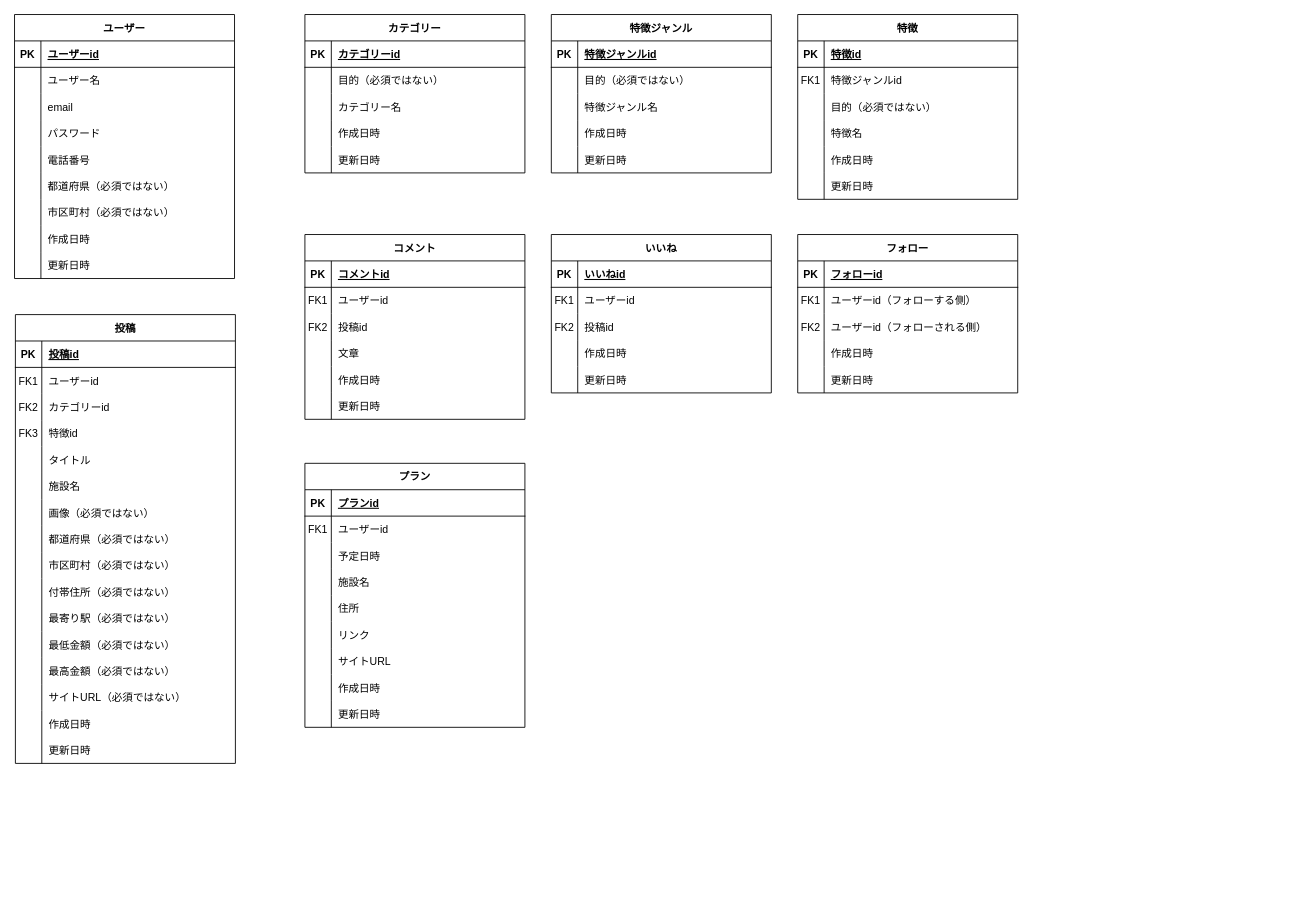
This is er_figure.drawio from JunkiYuasa/trip_planning, a draw.io file, before an edit. Source tidied: cells renumbered, new cells numbered last; positions are measured from the earlier drawing's top-left corner, leaving out a move shared by most shapes. Both pictures are drawn from the tidied source at 88%, with x=0, y=0 at pixel (14, 14).
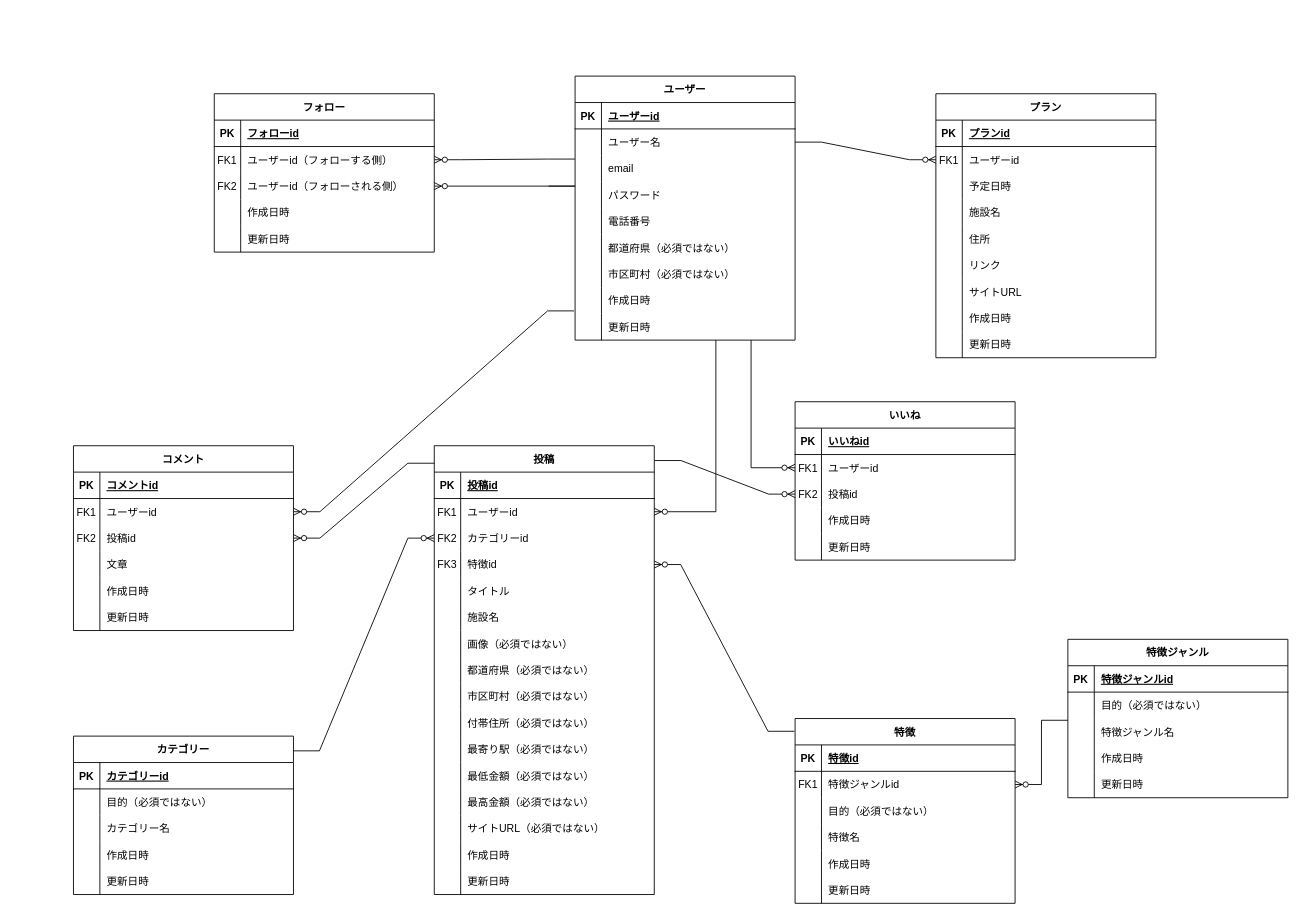
The same diagram, later.

Commit message:
er_figure.drawio を更新します

Unchanged cells that the change refers to:
```xml
<mxCell id="6" style="shape=partialRectangle;fillColor=none;points=[[0,0.5],[1,0.5]];portConstraint=eastwest;top=0;left=0;right=0;bottom=0;" parent="2" vertex="1">
  <mxGeometry y="60" width="250" height="30" as="geometry" />
</mxCell>
<mxCell id="9" style="shape=partialRectangle;fillColor=none;points=[[0,0.5],[1,0.5]];portConstraint=eastwest;top=0;left=0;right=0;bottom=0;" parent="2" vertex="1">
  <mxGeometry y="90" width="250" height="30" as="geometry" />
</mxCell>
<mxCell id="12" style="shape=partialRectangle;fillColor=none;points=[[0,0.5],[1,0.5]];portConstraint=eastwest;top=0;left=0;right=0;bottom=0;" parent="2" vertex="1">
  <mxGeometry y="120" width="250" height="30" as="geometry" />
</mxCell>
<mxCell id="55" style="shape=partialRectangle;fillColor=none;points=[[0,0.5],[1,0.5]];portConstraint=eastwest;top=0;left=0;right=0;bottom=0;" parent="51" vertex="1">
  <mxGeometry y="60" width="250" height="30" as="geometry" />
</mxCell>
<mxCell id="58" style="shape=partialRectangle;fillColor=none;points=[[0,0.5],[1,0.5]];portConstraint=eastwest;top=0;left=0;right=0;bottom=0;" parent="51" vertex="1">
  <mxGeometry y="90" width="250" height="30" as="geometry" />
</mxCell>
<mxCell id="74" style="shape=partialRectangle;fillColor=none;points=[[0,0.5],[1,0.5]];portConstraint=eastwest;top=0;left=0;right=0;bottom=0;" parent="70" vertex="1">
  <mxGeometry y="60" width="250" height="30" as="geometry" />
</mxCell>
<mxCell id="77" style="shape=partialRectangle;fillColor=none;points=[[0,0.5],[1,0.5]];portConstraint=eastwest;top=0;left=0;right=0;bottom=0;" parent="70" vertex="1">
  <mxGeometry y="90" width="250" height="30" as="geometry" />
</mxCell>
<mxCell id="95" style="shape=partialRectangle;fillColor=none;points=[[0,0.5],[1,0.5]];portConstraint=eastwest;top=0;left=0;right=0;bottom=0;" parent="70" vertex="1">
  <mxGeometry y="270" width="250" height="30" as="geometry" />
</mxCell>
<mxCell id="102" style="shape=partialRectangle;fillColor=none;points=[[0,0.5],[1,0.5]];portConstraint=eastwest;top=0;left=0;right=0;bottom=0;" parent="98" vertex="1">
  <mxGeometry y="60" width="250" height="30" as="geometry" />
</mxCell>
<mxCell id="153" style="shape=partialRectangle;fillColor=none;points=[[0,0.5],[1,0.5]];portConstraint=eastwest;top=0;left=0;right=0;bottom=0;" parent="149" vertex="1">
  <mxGeometry y="60" width="250" height="30" as="geometry" />
</mxCell>
<mxCell id="156" style="shape=partialRectangle;fillColor=none;points=[[0,0.5],[1,0.5]];portConstraint=eastwest;top=0;left=0;right=0;bottom=0;" parent="149" vertex="1">
  <mxGeometry y="90" width="250" height="30" as="geometry" />
</mxCell>
<mxCell id="169" style="shape=partialRectangle;fillColor=none;points=[[0,0.5],[1,0.5]];portConstraint=eastwest;top=0;left=0;right=0;bottom=0;" parent="165" vertex="1">
  <mxGeometry y="60" width="250" height="30" as="geometry" />
</mxCell>
<mxCell id="172" style="shape=partialRectangle;fillColor=none;points=[[0,0.5],[1,0.5]];portConstraint=eastwest;top=0;left=0;right=0;bottom=0;" parent="165" vertex="1">
  <mxGeometry y="90" width="250" height="30" as="geometry" />
</mxCell>
<mxCell id="185" style="shape=partialRectangle;fillColor=none;points=[[0,0.5],[1,0.5]];portConstraint=eastwest;top=0;left=0;right=0;bottom=0;" parent="181" vertex="1">
  <mxGeometry y="60" width="250" height="30" as="geometry" />
</mxCell>
```

The edit, as a diff of the source:
```diff
@@
     <mxCell id="2" value="投稿" style="shape=table;startSize=30;childLayout=tableLayout;rowLines=0;fontStyle=1;align=center;" parent="1" vertex="1">
-      <mxGeometry x="1" y="341" width="250" height="510" as="geometry" />
+      <mxGeometry x="477" y="490" width="250" height="510" as="geometry" />
     </mxCell>
@@
-    <mxCell id="51" value="コメント" style="shape=table;startSize=30;childLayout=tableLayout;rowLines=0;fontStyle=1;align=center;" parent="1" vertex="1">
-      <mxGeometry x="330" y="250" width="250" height="210" as="geometry" />
+    <mxCell id="51" value="コメント" style="shape=table;startSize=30;childLayout=tableLayout;rowLines=0;fontStyle=1;align=center;gradientColor=none;swimlaneFillColor=none;perimeterSpacing=0;fillStyle=auto;" parent="1" vertex="1">
+      <mxGeometry x="67" y="490" width="250" height="210" as="geometry" />
     </mxCell>
@@
     <mxCell id="70" value="ユーザー" style="shape=table;startSize=30;childLayout=tableLayout;rowLines=0;fontStyle=1;align=center;" parent="1" vertex="1">
-      <mxGeometry width="250" height="300" as="geometry" />
+      <mxGeometry x="637" y="70" width="250" height="300" as="geometry" />
     </mxCell>
@@
     <mxCell id="98" value="特徴" style="shape=table;startSize=30;childLayout=tableLayout;rowLines=0;fontStyle=1;align=center;" parent="1" vertex="1">
-      <mxGeometry x="890" width="250" height="210" as="geometry" />
+      <mxGeometry x="887" y="800" width="250" height="210" as="geometry" />
     </mxCell>
@@
     <mxCell id="117" value="特徴ジャンル" style="shape=table;startSize=30;childLayout=tableLayout;rowLines=0;fontStyle=1;align=center;" parent="1" vertex="1">
-      <mxGeometry x="610" width="250" height="180" as="geometry" />
+      <mxGeometry x="1197" y="710" width="250" height="180" as="geometry" />
     </mxCell>
@@
     <mxCell id="133" value="カテゴリー" style="shape=table;startSize=30;childLayout=tableLayout;rowLines=0;fontStyle=1;align=center;" parent="1" vertex="1">
-      <mxGeometry x="330" width="250" height="180" as="geometry" />
+      <mxGeometry x="67" y="820" width="250" height="180" as="geometry" />
     </mxCell>
@@
     <mxCell id="149" value="いいね" style="shape=table;startSize=30;childLayout=tableLayout;rowLines=0;fontStyle=1;align=center;" parent="1" vertex="1">
-      <mxGeometry x="610" y="250" width="250" height="180" as="geometry" />
+      <mxGeometry x="887" y="440" width="250" height="180" as="geometry" />
     </mxCell>
@@
     <mxCell id="165" value="フォロー" style="shape=table;startSize=30;childLayout=tableLayout;rowLines=0;fontStyle=1;align=center;" parent="1" vertex="1">
-      <mxGeometry x="890" y="250" width="250" height="180" as="geometry" />
+      <mxGeometry x="227" y="90" width="250" height="180" as="geometry" />
     </mxCell>
@@
     <mxCell id="181" value="プラン" style="shape=table;startSize=30;childLayout=tableLayout;rowLines=0;fontStyle=1;align=center;" parent="1" vertex="1">
-      <mxGeometry x="330" y="510" width="250" height="300" as="geometry" />
+      <mxGeometry x="1047" y="90" width="250" height="300" as="geometry" />
     </mxCell>
@@
+    <mxCell id="209" style="edgeStyle=entityRelationEdgeStyle;fontSize=12;html=1;endArrow=ERzeroToMany;endFill=1;rounded=0;entryX=1;entryY=0.5;entryDx=0;entryDy=0;" parent="1" edge="1" target="172">
+      <mxGeometry relative="1" as="geometry">
+        <mxPoint x="607" y="195" as="sourcePoint" />
+      </mxGeometry>
+    </mxCell>
+    <mxCell id="210" style="edgeStyle=entityRelationEdgeStyle;fontSize=12;html=1;endArrow=ERzeroToMany;endFill=1;rounded=0;entryX=1;entryY=0.5;entryDx=0;entryDy=0;exitX=-0.001;exitY=0.142;exitDx=0;exitDy=0;exitPerimeter=0;" parent="1" edge="1" source="77" target="169">
+      <mxGeometry relative="1" as="geometry" />
+    </mxCell>
+    <mxCell id="211" style="edgeStyle=entityRelationEdgeStyle;fontSize=12;html=1;endArrow=ERzeroToMany;endFill=1;rounded=0;entryX=1;entryY=0.5;entryDx=0;entryDy=0;exitX=-0.005;exitY=-0.107;exitDx=0;exitDy=0;exitPerimeter=0;" parent="1" edge="1" source="95" target="55">
+      <mxGeometry relative="1" as="geometry">
+        <Array as="points">
+          <mxPoint x="357" y="570" />
+        </Array>
+      </mxGeometry>
+    </mxCell>
+    <mxCell id="212" style="edgeStyle=entityRelationEdgeStyle;fontSize=12;html=1;endArrow=ERzeroToMany;endFill=1;rounded=0;entryX=1;entryY=0.5;entryDx=0;entryDy=0;exitX=0;exitY=0.039;exitDx=0;exitDy=0;exitPerimeter=0;" parent="1" edge="1" source="2" target="58">
+      <mxGeometry relative="1" as="geometry" />
+    </mxCell>
+    <mxCell id="213" style="edgeStyle=entityRelationEdgeStyle;fontSize=12;html=1;endArrow=ERzeroToMany;endFill=1;rounded=0;entryX=0;entryY=0.5;entryDx=0;entryDy=0;exitX=0.998;exitY=0.093;exitDx=0;exitDy=0;exitPerimeter=0;" parent="1" edge="1" source="133" target="9">
+      <mxGeometry relative="1" as="geometry" />
+    </mxCell>
+    <mxCell id="214" style="edgeStyle=elbowEdgeStyle;fontSize=12;html=1;endArrow=ERzeroToMany;endFill=1;rounded=0;entryX=1;entryY=0.5;entryDx=0;entryDy=0;exitX=0.64;exitY=1;exitDx=0;exitDy=0;exitPerimeter=0;" parent="1" edge="1" source="95" target="6">
+      <mxGeometry relative="1" as="geometry">
+        <Array as="points">
+          <mxPoint x="797" y="430" />
+        </Array>
+      </mxGeometry>
+    </mxCell>
+    <mxCell id="215" style="edgeStyle=entityRelationEdgeStyle;fontSize=12;html=1;endArrow=ERzeroToMany;endFill=1;rounded=0;entryX=1;entryY=0.5;entryDx=0;entryDy=0;exitX=-0.003;exitY=0.069;exitDx=0;exitDy=0;exitPerimeter=0;" parent="1" edge="1" source="98" target="12">
+      <mxGeometry relative="1" as="geometry" />
+    </mxCell>
+    <mxCell id="216" style="edgeStyle=entityRelationEdgeStyle;fontSize=12;html=1;endArrow=ERzeroToMany;endFill=1;rounded=0;entryX=0;entryY=0.5;entryDx=0;entryDy=0;exitX=1;exitY=0.5;exitDx=0;exitDy=0;" parent="1" edge="1" source="74" target="185">
+      <mxGeometry relative="1" as="geometry" />
+    </mxCell>
+    <mxCell id="217" style="edgeStyle=elbowEdgeStyle;fontSize=12;html=1;endArrow=ERzeroToMany;endFill=1;rounded=0;entryX=0;entryY=0.5;entryDx=0;entryDy=0;" parent="1" edge="1" target="153">
+      <mxGeometry relative="1" as="geometry">
+        <mxPoint x="837" y="370" as="sourcePoint" />
+        <Array as="points">
+          <mxPoint x="837" y="469" />
+        </Array>
+      </mxGeometry>
+    </mxCell>
+    <mxCell id="218" style="edgeStyle=entityRelationEdgeStyle;fontSize=12;html=1;endArrow=ERzeroToMany;endFill=1;rounded=0;entryX=0;entryY=0.5;entryDx=0;entryDy=0;exitX=1.001;exitY=0.033;exitDx=0;exitDy=0;exitPerimeter=0;" parent="1" edge="1" source="2" target="156">
+      <mxGeometry relative="1" as="geometry" />
+    </mxCell>
+    <mxCell id="219" style="edgeStyle=orthogonalEdgeStyle;fontSize=12;html=1;endArrow=ERzeroToMany;endFill=1;rounded=0;entryX=1;entryY=0.5;entryDx=0;entryDy=0;" parent="1" edge="1" target="102">
+      <mxGeometry relative="1" as="geometry">
+        <mxPoint x="1197" y="802" as="sourcePoint" />
+        <Array as="points">
+          <mxPoint x="1167" y="802" />
+          <mxPoint x="1167" y="875" />
+        </Array>
+      </mxGeometry>
+    </mxCell>
```
